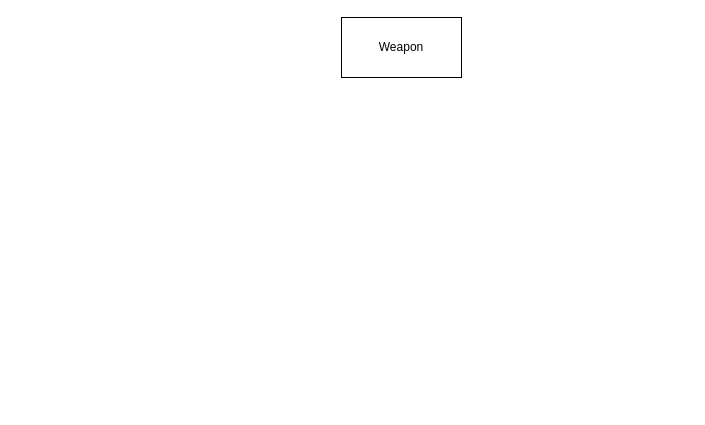
Earlier version of the draw.io diagram page "Weapon" (11 of 12) of Architecture.drawio (PhoenixVRN/Mafia). Source tidied: cells renumbered, new cells numbered last; positions are measured from the earlier drawing's top-left corner, leaving out a move shared by most shapes. Both pictures are drawn from the tidied source at 100%, with x=0, y=0 at pixel (341, 17).
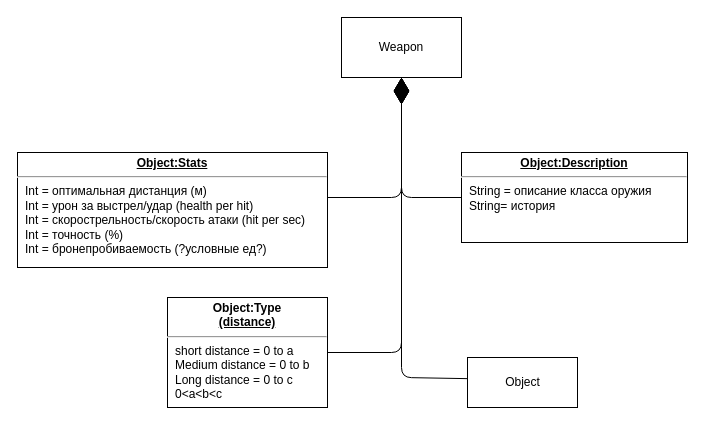
After the change.

The edit, as a diff of the source:
```diff
@@
 <mxGraphModel>
   <root>
     <mxCell id="0" />
     <mxCell id="1" parent="0" />
     <mxCell id="2" value="Weapon" style="rounded=0;whiteSpace=wrap;html=1;" parent="1" vertex="1">
       <mxGeometry width="120" height="60" as="geometry" />
     </mxCell>
+    <mxCell id="3" value="&lt;p style=&quot;margin: 4px 0px 0px ; text-align: center&quot;&gt;&lt;b&gt;Object:Type&lt;/b&gt;&lt;br&gt;&lt;b&gt;&lt;u&gt;(distance)&lt;/u&gt;&lt;/b&gt;&lt;br&gt;&lt;/p&gt;&lt;hr&gt;&lt;p style=&quot;margin: 0px ; margin-left: 8px&quot;&gt;short distance = 0 to a&amp;nbsp;&lt;br&gt;Medium distance&amp;nbsp;= 0 to b&lt;br&gt;Long distance = 0 to c&lt;/p&gt;&lt;p style=&quot;margin: 0px ; margin-left: 8px&quot;&gt;0&amp;lt;a&amp;lt;b&amp;lt;c&lt;/p&gt;" style="verticalAlign=top;align=left;overflow=fill;fontSize=12;fontFamily=Helvetica;html=1;" parent="1" vertex="1">
+      <mxGeometry x="-174" y="280" width="160" height="110" as="geometry" />
+    </mxCell>
+    <mxCell id="4" value="&lt;p style=&quot;margin: 0px ; margin-top: 4px ; text-align: center ; text-decoration: underline&quot;&gt;&lt;b&gt;Object:Description&lt;/b&gt;&lt;/p&gt;&lt;hr&gt;&lt;p style=&quot;margin: 0px ; margin-left: 8px&quot;&gt;String = описание класса оружия&lt;br&gt;String= история&lt;/p&gt;" style="verticalAlign=top;align=left;overflow=fill;fontSize=12;fontFamily=Helvetica;html=1;" parent="1" vertex="1">
+      <mxGeometry x="120" y="135" width="226" height="90" as="geometry" />
+    </mxCell>
+    <mxCell id="5" style="endArrow=diamondThin;endFill=1;endSize=24;html=1;exitX=0.001;exitY=0.423;exitDx=0;exitDy=0;entryX=0.5;entryY=1;entryDx=0;entryDy=0;exitPerimeter=0;" parent="1" edge="1" source="10">
+      <mxGeometry relative="1" as="geometry">
+        <mxPoint x="60" y="60" as="targetPoint" />
+        <Array as="points">
+          <mxPoint x="60" y="360" />
+        </Array>
+      </mxGeometry>
+    </mxCell>
+    <mxCell id="6" style="endArrow=diamondThin;endFill=1;endSize=24;html=1;exitX=1;exitY=0.5;exitDx=0;exitDy=0;entryX=0.5;entryY=1;entryDx=0;entryDy=0;" parent="1" edge="1" source="3">
+      <mxGeometry relative="1" as="geometry">
+        <mxPoint x="60" y="60" as="targetPoint" />
+        <Array as="points">
+          <mxPoint x="60" y="335" />
+        </Array>
+      </mxGeometry>
+    </mxCell>
+    <mxCell id="7" style="endArrow=diamondThin;endFill=1;endSize=24;html=1;entryX=0.5;entryY=1;entryDx=0;entryDy=0;exitX=0;exitY=0.5;exitDx=0;exitDy=0;" parent="1" edge="1" source="4" target="2">
+      <mxGeometry relative="1" as="geometry">
+        <Array as="points">
+          <mxPoint x="60" y="180" />
+        </Array>
+      </mxGeometry>
+    </mxCell>
+    <mxCell id="8" style="endArrow=diamondThin;endFill=1;endSize=24;html=1;entryX=0.5;entryY=1;entryDx=0;entryDy=0;" parent="1" edge="1" target="2">
+      <mxGeometry relative="1" as="geometry">
+        <mxPoint x="-14" y="180" as="sourcePoint" />
+        <Array as="points">
+          <mxPoint x="60" y="180" />
+        </Array>
+      </mxGeometry>
+    </mxCell>
+    <mxCell id="9" value="&lt;p style=&quot;margin: 0px ; margin-top: 4px ; text-align: center ; text-decoration: underline&quot;&gt;&lt;b&gt;Object:Stats&lt;/b&gt;&lt;/p&gt;&lt;hr&gt;&lt;p style=&quot;margin: 0px ; margin-left: 8px&quot;&gt;Int = оптимальная дистанция (м)&lt;br&gt;Int&amp;nbsp;= урон за выстрел/удар (health per hit)&lt;/p&gt;&lt;p style=&quot;margin: 0px ; margin-left: 8px&quot;&gt;Int = скорострельность/скорость атаки (hit per sec)&lt;/p&gt;&lt;p style=&quot;margin: 0px ; margin-left: 8px&quot;&gt;Int = точность (%)&lt;br&gt;&lt;/p&gt;&lt;p style=&quot;margin: 0px ; margin-left: 8px&quot;&gt;Int = бронепробиваемость (?условные ед?)&lt;/p&gt;" style="verticalAlign=top;align=left;overflow=fill;fontSize=12;fontFamily=Helvetica;html=1;" parent="1" vertex="1">
+      <mxGeometry x="-324" y="135" width="310" height="115" as="geometry" />
+    </mxCell>
+    <mxCell id="10" value="Object" style="html=1;" parent="1" vertex="1">
+      <mxGeometry x="126" y="340" width="110" height="50" as="geometry" />
+    </mxCell>
   </root>
 </mxGraphModel>
```
